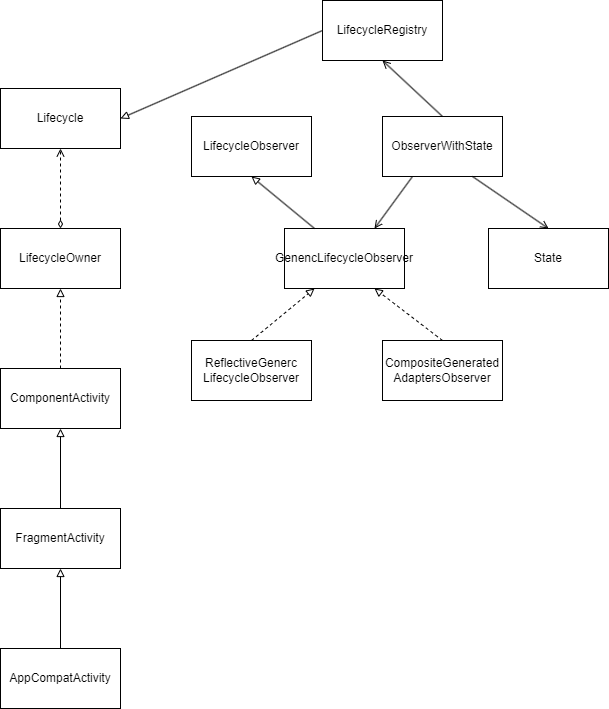
This is res/Lifecycle 关联类.drawio.png from huanggenghg/huanggenghg, a draw.io export, as it was before one commit. Source tidied: cells renumbered, new cells last; positions are measured from the earlier drawing's top-left corner, leaving out a move shared by most shapes. The source it was exported from:
```xml
<mxGraphModel>
  <root>
    <mxCell id="0" />
    <mxCell id="1" parent="0" />
    <mxCell id="2" style="edgeStyle=orthogonalEdgeStyle;rounded=0;jettySize=auto;html=1;endArrow=block;endFill=0;" parent="1" edge="1" source="3" target="5">
      <mxGeometry relative="1" as="geometry" />
    </mxCell>
    <mxCell id="3" value="AppCompatActivity" style="rounded=0;whiteSpace=wrap;html=1;" parent="1" vertex="1">
      <mxGeometry y="648" width="120" height="60" as="geometry" />
    </mxCell>
    <mxCell id="4" style="edgeStyle=orthogonalEdgeStyle;rounded=0;jettySize=auto;html=1;endArrow=block;endFill=0;" parent="1" edge="1" source="5" target="7">
      <mxGeometry relative="1" as="geometry" />
    </mxCell>
    <mxCell id="5" value="FragmentActivity" style="whiteSpace=wrap;html=1;rounded=0;" parent="1" vertex="1">
      <mxGeometry y="508" width="120" height="60" as="geometry" />
    </mxCell>
    <mxCell id="6" style="edgeStyle=orthogonalEdgeStyle;rounded=0;jettySize=auto;html=1;endArrow=block;endFill=0;dashed=1;" parent="1" edge="1" source="7" target="9">
      <mxGeometry relative="1" as="geometry" />
    </mxCell>
    <mxCell id="7" value="ComponentActivity" style="whiteSpace=wrap;html=1;rounded=0;" parent="1" vertex="1">
      <mxGeometry y="368" width="120" height="60" as="geometry" />
    </mxCell>
    <mxCell id="8" style="edgeStyle=orthogonalEdgeStyle;rounded=0;jettySize=auto;html=1;dashed=1;endArrow=open;endFill=0;startArrow=diamondThin;startFill=0;" parent="1" edge="1" source="9" target="10">
      <mxGeometry relative="1" as="geometry" />
    </mxCell>
    <mxCell id="9" value="LifecycleOwner" style="whiteSpace=wrap;html=1;rounded=0;" parent="1" vertex="1">
      <mxGeometry y="228" width="120" height="60" as="geometry" />
    </mxCell>
    <mxCell id="10" value="Lifecycle" style="whiteSpace=wrap;html=1;rounded=0;" parent="1" vertex="1">
      <mxGeometry y="88" width="120" height="60" as="geometry" />
    </mxCell>
    <mxCell id="11" value="LifecycleRegistry" style="rounded=0;whiteSpace=wrap;html=1;" parent="1" vertex="1">
      <mxGeometry x="322" width="120" height="60" as="geometry" />
    </mxCell>
    <mxCell id="12" value="LifecycleObserver" style="rounded=0;whiteSpace=wrap;html=1;" parent="1" vertex="1">
      <mxGeometry x="191" y="116" width="120" height="60" as="geometry" />
    </mxCell>
    <mxCell id="13" value="ObserverWithState" style="rounded=0;whiteSpace=wrap;html=1;" parent="1" vertex="1">
      <mxGeometry x="382" y="116" width="120" height="60" as="geometry" />
    </mxCell>
    <mxCell id="14" value="GenencLifecycleObserver" style="rounded=0;whiteSpace=wrap;html=1;" parent="1" vertex="1">
      <mxGeometry x="284" y="228" width="120" height="60" as="geometry" />
    </mxCell>
    <mxCell id="15" value="State" style="rounded=0;whiteSpace=wrap;html=1;" parent="1" vertex="1">
      <mxGeometry x="488" y="228" width="120" height="60" as="geometry" />
    </mxCell>
    <mxCell id="16" value="ReflectiveGenerc&lt;br&gt;LifecycleObserver" style="rounded=0;whiteSpace=wrap;html=1;" parent="1" vertex="1">
      <mxGeometry x="191" y="340" width="120" height="60" as="geometry" />
    </mxCell>
    <mxCell id="17" value="CompositeGenerated&lt;br&gt;AdaptersObserver" style="rounded=0;whiteSpace=wrap;html=1;" parent="1" vertex="1">
      <mxGeometry x="382" y="340" width="120" height="60" as="geometry" />
    </mxCell>
    <mxCell id="18" style="endArrow=block;html=1;rounded=0;dashed=1;exitX=0.5;exitY=0;exitDx=0;exitDy=0;entryX=0.25;entryY=1;entryDx=0;entryDy=0;endFill=0;" parent="1" edge="1" source="16" target="14">
      <mxGeometry relative="1" as="geometry" />
    </mxCell>
    <mxCell id="19" style="endArrow=block;html=1;rounded=0;dashed=1;exitX=0.5;exitY=0;exitDx=0;exitDy=0;entryX=0.75;entryY=1;entryDx=0;entryDy=0;endFill=0;" parent="1" edge="1" source="17" target="14">
      <mxGeometry relative="1" as="geometry" />
    </mxCell>
    <mxCell id="20" style="endArrow=block;html=1;rounded=0;entryX=0.5;entryY=1;entryDx=0;entryDy=0;endFill=0;exitX=0.25;exitY=0;exitDx=0;exitDy=0;" parent="1" edge="1" source="14" target="12">
      <mxGeometry relative="1" as="geometry" />
    </mxCell>
    <mxCell id="21" style="endArrow=open;html=1;rounded=0;entryX=0.75;entryY=0;entryDx=0;entryDy=0;exitX=0.25;exitY=1;exitDx=0;exitDy=0;endFill=0;" parent="1" edge="1" source="13" target="14">
      <mxGeometry relative="1" as="geometry" />
    </mxCell>
    <mxCell id="22" style="endArrow=open;html=1;rounded=0;entryX=0.5;entryY=0;entryDx=0;entryDy=0;exitX=0.75;exitY=1;exitDx=0;exitDy=0;endFill=0;" parent="1" edge="1" source="13" target="15">
      <mxGeometry relative="1" as="geometry" />
    </mxCell>
    <mxCell id="23" style="endArrow=open;html=1;rounded=0;entryX=0.5;entryY=1;entryDx=0;entryDy=0;exitX=0.5;exitY=0;exitDx=0;exitDy=0;endFill=0;" parent="1" edge="1" source="13" target="11">
      <mxGeometry relative="1" as="geometry" />
    </mxCell>
    <mxCell id="24" style="endArrow=block;html=1;rounded=0;entryX=1;entryY=0.5;entryDx=0;entryDy=0;exitX=0;exitY=0.5;exitDx=0;exitDy=0;endFill=0;" parent="1" edge="1" source="11" target="10">
      <mxGeometry relative="1" as="geometry" />
    </mxCell>
  </root>
</mxGraphModel>
```
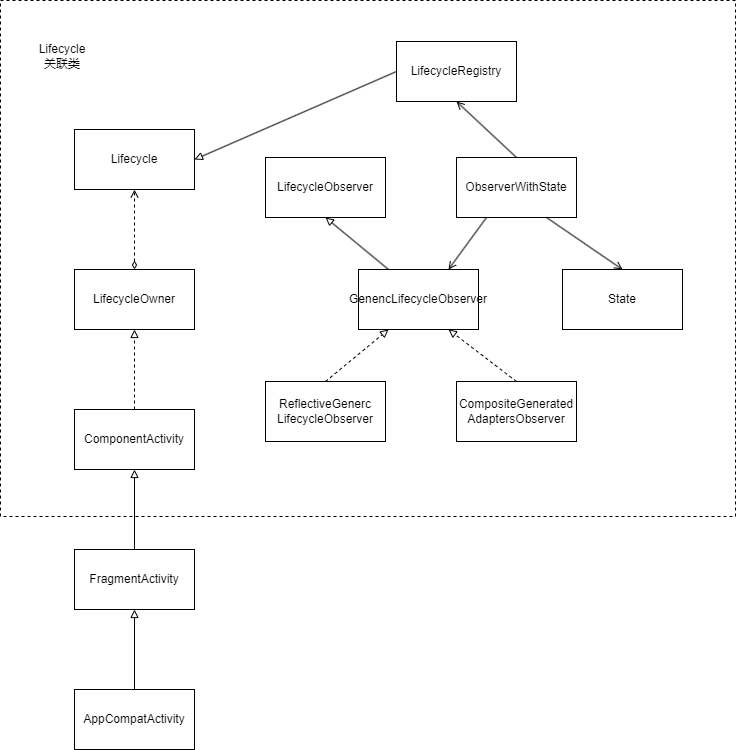
Above is the later version.

Commit message:
更新Lifecycle 关联类.drawio.png

The edit, as a diff of the source:
```diff
@@ -71,5 +71,11 @@
     <mxCell id="24" style="endArrow=block;html=1;rounded=0;entryX=1;entryY=0.5;entryDx=0;entryDy=0;exitX=0;exitY=0.5;exitDx=0;exitDy=0;endFill=0;" parent="1" edge="1" source="11" target="10">
       <mxGeometry relative="1" as="geometry" />
     </mxCell>
+    <mxCell id="25" style="rounded=0;whiteSpace=wrap;html=1;fillColor=none;dashed=1;" parent="1" vertex="1">
+      <mxGeometry x="-74" y="-41" width="735" height="516" as="geometry" />
+    </mxCell>
+    <mxCell id="26" value="Lifecycle 关联类" style="text;html=1;strokeColor=none;fillColor=none;align=center;verticalAlign=middle;whiteSpace=wrap;rounded=0;dashed=1;" parent="1" vertex="1">
+      <mxGeometry x="-42" width="60" height="30" as="geometry" />
+    </mxCell>
   </root>
 </mxGraphModel>
```
